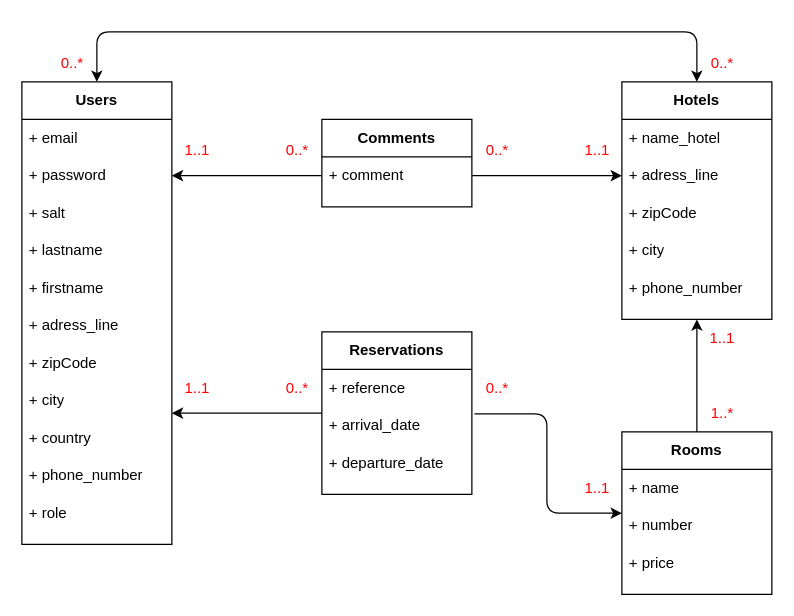
SebastienCANVILLE/backdreaminluxehotelnew keeps this draw.io diagram as Conception/diagrammeBaseDeDonnées.drawio. Above is the earlier version. Source tidied: cells renumbered, new cells numbered last; positions are measured from the earlier drawing's top-left corner, leaving out a move shared by most shapes. Both pictures are drawn from the tidied source at 125%, with x=0, y=0 at pixel (21, 31).
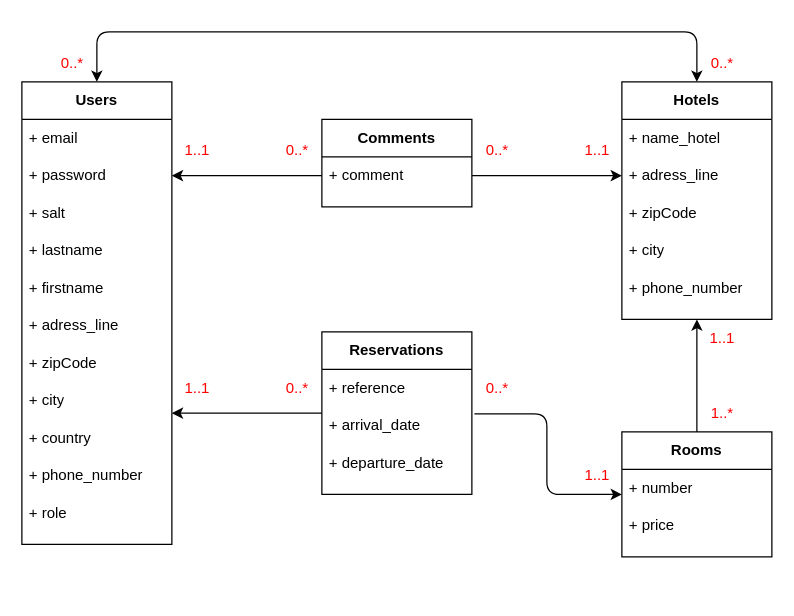
The same page after the edit.

Diff of the diagram source:
```diff
@@
     <mxCell id="26" value="Rooms" style="swimlane;whiteSpace=wrap;html=1;startSize=30;" parent="1" vertex="1">
-      <mxGeometry x="480" y="320" width="120" height="130" as="geometry" />
+      <mxGeometry x="480" y="320" width="120" height="100" as="geometry" />
     </mxCell>
     <mxCell id="27" value="+ number" style="text;strokeColor=none;fillColor=none;align=left;verticalAlign=middle;spacingLeft=4;spacingRight=4;overflow=hidden;whiteSpace=wrap;html=1;" parent="26" vertex="1">
-      <mxGeometry y="60" width="120" height="30" as="geometry" />
+      <mxGeometry y="30" width="120" height="30" as="geometry" />
     </mxCell>
     <mxCell id="28" value="+ price" style="text;strokeColor=none;fillColor=none;align=left;verticalAlign=middle;spacingLeft=4;spacingRight=4;overflow=hidden;whiteSpace=wrap;html=1;" parent="26" vertex="1">
-      <mxGeometry y="90" width="120" height="30" as="geometry" />
+      <mxGeometry y="60" width="120" height="30" as="geometry" />
     </mxCell>
-    <mxCell id="29" value="+ name" style="text;strokeColor=none;fillColor=none;align=left;verticalAlign=middle;spacingLeft=4;spacingRight=4;overflow=hidden;whiteSpace=wrap;html=1;" parent="26" vertex="1">
-      <mxGeometry y="30" width="120" height="30" as="geometry" />
-    </mxCell>
@@
     <mxCell id="32" value="1..1" style="text;html=1;align=center;verticalAlign=middle;strokeColor=none;fillColor=none;fontColor=#FF0000;" parent="1" vertex="1">
-      <mxGeometry x="440" y="350" width="40" height="30" as="geometry" />
+      <mxGeometry x="440" y="340" width="40" height="30" as="geometry" />
     </mxCell>
```
